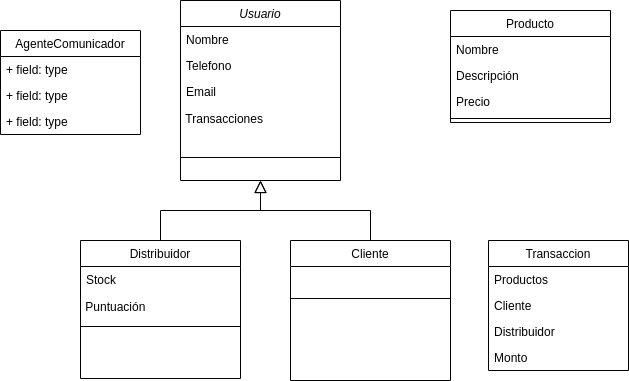
Earlier version of the draw.io export Images/ModeloInicial.png (magaliboulanger/Barcelo-Boulanger-D). Source tidied: cells renumbered, new cells last; positions are measured from the earlier drawing's top-left corner, leaving out a move shared by most shapes. Source of this version:
```xml
<mxGraphModel>
  <root>
    <mxCell id="0" />
    <mxCell id="1" parent="0" />
    <mxCell id="2" value="Usuario" style="swimlane;fontStyle=2;align=center;verticalAlign=top;horizontal=1;startSize=26;rounded=0;shadow=0;strokeWidth=1;" parent="1" vertex="1">
      <mxGeometry x="180" width="160" height="180" as="geometry" />
    </mxCell>
    <mxCell id="3" value="Nombre" style="text;align=left;verticalAlign=top;spacingLeft=4;spacingRight=4;overflow=hidden;" parent="2" vertex="1">
      <mxGeometry y="26" width="160" height="26" as="geometry" />
    </mxCell>
    <mxCell id="4" value="Telefono" style="text;align=left;verticalAlign=top;spacingLeft=4;spacingRight=4;overflow=hidden;rounded=0;shadow=0;html=0;" parent="2" vertex="1">
      <mxGeometry y="52" width="160" height="26" as="geometry" />
    </mxCell>
    <mxCell id="5" value="Email" style="text;align=left;verticalAlign=top;spacingLeft=4;spacingRight=4;overflow=hidden;rounded=0;shadow=0;html=0;" parent="2" vertex="1">
      <mxGeometry y="78" width="160" height="26" as="geometry" />
    </mxCell>
    <mxCell id="6" value="&amp;nbsp;Transacciones" style="text;html=1;strokeColor=none;fillColor=none;align=left;verticalAlign=middle;whiteSpace=wrap;rounded=0;" parent="2" vertex="1">
      <mxGeometry y="104" width="160" height="30" as="geometry" />
    </mxCell>
    <mxCell id="7" style="line;html=1;strokeWidth=1;align=left;verticalAlign=middle;spacingTop=-1;spacingLeft=3;spacingRight=3;labelPosition=right;" parent="2" vertex="1">
      <mxGeometry y="134" width="160" height="46" as="geometry" />
    </mxCell>
    <mxCell id="8" value="Distribuidor" style="swimlane;fontStyle=0;align=center;verticalAlign=top;horizontal=1;startSize=26;rounded=0;shadow=0;strokeWidth=1;" parent="1" vertex="1">
      <mxGeometry x="80" y="240" width="160" height="138" as="geometry" />
    </mxCell>
    <mxCell id="9" value="Stock" style="text;align=left;verticalAlign=top;spacingLeft=4;spacingRight=4;overflow=hidden;rounded=0;shadow=0;html=0;" parent="8" vertex="1">
      <mxGeometry y="26" width="160" height="26" as="geometry" />
    </mxCell>
    <mxCell id="10" value="&amp;nbsp;Puntuación" style="text;html=1;strokeColor=none;fillColor=none;align=left;verticalAlign=middle;whiteSpace=wrap;rounded=0;" parent="8" vertex="1">
      <mxGeometry y="52" width="160" height="30" as="geometry" />
    </mxCell>
    <mxCell id="11" style="line;html=1;strokeWidth=1;align=left;verticalAlign=middle;spacingTop=-1;spacingLeft=3;spacingRight=3;labelPosition=right;" parent="8" vertex="1">
      <mxGeometry y="82" width="160" height="8" as="geometry" />
    </mxCell>
    <mxCell id="12" style="endArrow=block;endSize=10;endFill=0;shadow=0;strokeWidth=1;rounded=0;edgeStyle=elbowEdgeStyle;elbow=vertical;" parent="1" edge="1" source="8" target="2">
      <mxGeometry relative="1" as="geometry" />
    </mxCell>
    <mxCell id="13" value="Cliente" style="swimlane;fontStyle=0;align=center;verticalAlign=top;horizontal=1;startSize=26;rounded=0;shadow=0;strokeWidth=1;" parent="1" vertex="1">
      <mxGeometry x="290" y="240" width="160" height="140" as="geometry" />
    </mxCell>
    <mxCell id="14" style="line;html=1;strokeWidth=1;align=left;verticalAlign=middle;spacingTop=-1;spacingLeft=3;spacingRight=3;labelPosition=right;" parent="13" vertex="1">
      <mxGeometry y="26" width="160" height="64" as="geometry" />
    </mxCell>
    <mxCell id="15" style="endArrow=block;endSize=10;endFill=0;shadow=0;strokeWidth=1;rounded=0;edgeStyle=elbowEdgeStyle;elbow=vertical;" parent="1" edge="1" source="13" target="2">
      <mxGeometry relative="1" as="geometry" />
    </mxCell>
    <mxCell id="16" value="Producto" style="swimlane;fontStyle=0;align=center;verticalAlign=top;horizontal=1;startSize=26;rounded=0;shadow=0;strokeWidth=1;" parent="1" vertex="1">
      <mxGeometry x="450" y="10" width="160" height="112" as="geometry" />
    </mxCell>
    <mxCell id="17" value="Nombre" style="text;align=left;verticalAlign=top;spacingLeft=4;spacingRight=4;overflow=hidden;" parent="16" vertex="1">
      <mxGeometry y="26" width="160" height="26" as="geometry" />
    </mxCell>
    <mxCell id="18" value="Descripción" style="text;align=left;verticalAlign=top;spacingLeft=4;spacingRight=4;overflow=hidden;" parent="16" vertex="1">
      <mxGeometry y="52" width="160" height="26" as="geometry" />
    </mxCell>
    <mxCell id="19" value="Precio" style="text;align=left;verticalAlign=top;spacingLeft=4;spacingRight=4;overflow=hidden;" parent="16" vertex="1">
      <mxGeometry y="78" width="160" height="26" as="geometry" />
    </mxCell>
    <mxCell id="20" style="line;html=1;strokeWidth=1;align=left;verticalAlign=middle;spacingTop=-1;spacingLeft=3;spacingRight=3;labelPosition=right;" parent="16" vertex="1">
      <mxGeometry y="104" width="160" height="8" as="geometry" />
    </mxCell>
    <mxCell id="21" value="Transaccion" style="swimlane;fontStyle=0;horizontal=1;startSize=26;fillColor=none;" parent="1" vertex="1">
      <mxGeometry x="488" y="240" width="140" height="130" as="geometry" />
    </mxCell>
    <mxCell id="22" value="Productos" style="text;strokeColor=none;fillColor=none;align=left;verticalAlign=top;spacingLeft=4;spacingRight=4;overflow=hidden;" parent="21" vertex="1">
      <mxGeometry y="26" width="140" height="26" as="geometry" />
    </mxCell>
    <mxCell id="23" value="Cliente" style="text;strokeColor=none;fillColor=none;align=left;verticalAlign=top;spacingLeft=4;spacingRight=4;overflow=hidden;" parent="21" vertex="1">
      <mxGeometry y="52" width="140" height="26" as="geometry" />
    </mxCell>
    <mxCell id="24" value="Distribuidor" style="text;strokeColor=none;fillColor=none;align=left;verticalAlign=top;spacingLeft=4;spacingRight=4;overflow=hidden;" parent="21" vertex="1">
      <mxGeometry y="78" width="140" height="26" as="geometry" />
    </mxCell>
    <mxCell id="25" value="Monto&#10;" style="text;strokeColor=none;fillColor=none;align=left;verticalAlign=top;spacingLeft=4;spacingRight=4;overflow=hidden;" parent="21" vertex="1">
      <mxGeometry y="104" width="140" height="26" as="geometry" />
    </mxCell>
    <mxCell id="26" value="AgenteComunicador" style="swimlane;fontStyle=0;horizontal=1;startSize=26;fillColor=none;" parent="1" vertex="1">
      <mxGeometry y="30" width="140" height="104" as="geometry" />
    </mxCell>
    <mxCell id="27" value="+ field: type" style="text;strokeColor=none;fillColor=none;align=left;verticalAlign=top;spacingLeft=4;spacingRight=4;overflow=hidden;" parent="26" vertex="1">
      <mxGeometry y="26" width="140" height="26" as="geometry" />
    </mxCell>
    <mxCell id="28" value="+ field: type" style="text;strokeColor=none;fillColor=none;align=left;verticalAlign=top;spacingLeft=4;spacingRight=4;overflow=hidden;" parent="26" vertex="1">
      <mxGeometry y="52" width="140" height="26" as="geometry" />
    </mxCell>
    <mxCell id="29" value="+ field: type" style="text;strokeColor=none;fillColor=none;align=left;verticalAlign=top;spacingLeft=4;spacingRight=4;overflow=hidden;" parent="26" vertex="1">
      <mxGeometry y="78" width="140" height="26" as="geometry" />
    </mxCell>
  </root>
</mxGraphModel>
```
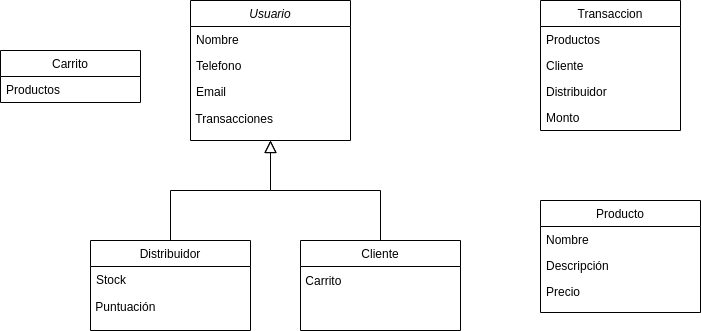
After the commit.

The edit, as a diff of the source:
```diff
@@ -3,7 +3,7 @@
     <mxCell id="0" />
     <mxCell id="1" parent="0" />
     <mxCell id="2" value="Usuario" style="swimlane;fontStyle=2;align=center;verticalAlign=top;horizontal=1;startSize=26;rounded=0;shadow=0;strokeWidth=1;" parent="1" vertex="1">
-      <mxGeometry x="180" width="160" height="180" as="geometry" />
+      <mxGeometry x="180" width="160" height="140" as="geometry" />
     </mxCell>
     <mxCell id="3" value="Nombre" style="text;align=left;verticalAlign=top;spacingLeft=4;spacingRight=4;overflow=hidden;" parent="2" vertex="1">
       <mxGeometry y="26" width="160" height="26" as="geometry" />
@@ -17,11 +17,8 @@
     <mxCell id="6" value="&amp;nbsp;Transacciones" style="text;html=1;strokeColor=none;fillColor=none;align=left;verticalAlign=middle;whiteSpace=wrap;rounded=0;" parent="2" vertex="1">
       <mxGeometry y="104" width="160" height="30" as="geometry" />
     </mxCell>
-    <mxCell id="7" style="line;html=1;strokeWidth=1;align=left;verticalAlign=middle;spacingTop=-1;spacingLeft=3;spacingRight=3;labelPosition=right;" parent="2" vertex="1">
-      <mxGeometry y="134" width="160" height="46" as="geometry" />
-    </mxCell>
     <mxCell id="8" value="Distribuidor" style="swimlane;fontStyle=0;align=center;verticalAlign=top;horizontal=1;startSize=26;rounded=0;shadow=0;strokeWidth=1;" parent="1" vertex="1">
-      <mxGeometry x="80" y="240" width="160" height="138" as="geometry" />
+      <mxGeometry x="80" y="240" width="160" height="90" as="geometry" />
     </mxCell>
     <mxCell id="9" value="Stock" style="text;align=left;verticalAlign=top;spacingLeft=4;spacingRight=4;overflow=hidden;rounded=0;shadow=0;html=0;" parent="8" vertex="1">
       <mxGeometry y="26" width="160" height="26" as="geometry" />
@@ -29,23 +26,20 @@
     <mxCell id="10" value="&amp;nbsp;Puntuación" style="text;html=1;strokeColor=none;fillColor=none;align=left;verticalAlign=middle;whiteSpace=wrap;rounded=0;" parent="8" vertex="1">
       <mxGeometry y="52" width="160" height="30" as="geometry" />
     </mxCell>
-    <mxCell id="11" style="line;html=1;strokeWidth=1;align=left;verticalAlign=middle;spacingTop=-1;spacingLeft=3;spacingRight=3;labelPosition=right;" parent="8" vertex="1">
-      <mxGeometry y="82" width="160" height="8" as="geometry" />
-    </mxCell>
     <mxCell id="12" style="endArrow=block;endSize=10;endFill=0;shadow=0;strokeWidth=1;rounded=0;edgeStyle=elbowEdgeStyle;elbow=vertical;" parent="1" edge="1" source="8" target="2">
       <mxGeometry relative="1" as="geometry" />
     </mxCell>
     <mxCell id="13" value="Cliente" style="swimlane;fontStyle=0;align=center;verticalAlign=top;horizontal=1;startSize=26;rounded=0;shadow=0;strokeWidth=1;" parent="1" vertex="1">
-      <mxGeometry x="290" y="240" width="160" height="140" as="geometry" />
+      <mxGeometry x="290" y="240" width="160" height="90" as="geometry" />
     </mxCell>
-    <mxCell id="14" style="line;html=1;strokeWidth=1;align=left;verticalAlign=middle;spacingTop=-1;spacingLeft=3;spacingRight=3;labelPosition=right;" parent="13" vertex="1">
-      <mxGeometry y="26" width="160" height="64" as="geometry" />
-    </mxCell>
+    <mxCell id="30" value="&amp;nbsp;Carrito" style="text;html=1;strokeColor=none;fillColor=none;align=left;verticalAlign=middle;whiteSpace=wrap;rounded=0;" parent="13" vertex="1">
+      <mxGeometry y="26" width="160" height="30" as="geometry" />
+    </mxCell>
     <mxCell id="15" style="endArrow=block;endSize=10;endFill=0;shadow=0;strokeWidth=1;rounded=0;edgeStyle=elbowEdgeStyle;elbow=vertical;" parent="1" edge="1" source="13" target="2">
       <mxGeometry relative="1" as="geometry" />
     </mxCell>
     <mxCell id="16" value="Producto" style="swimlane;fontStyle=0;align=center;verticalAlign=top;horizontal=1;startSize=26;rounded=0;shadow=0;strokeWidth=1;" parent="1" vertex="1">
-      <mxGeometry x="450" y="10" width="160" height="112" as="geometry" />
+      <mxGeometry x="530" y="200" width="160" height="112" as="geometry" />
     </mxCell>
     <mxCell id="17" value="Nombre" style="text;align=left;verticalAlign=top;spacingLeft=4;spacingRight=4;overflow=hidden;" parent="16" vertex="1">
       <mxGeometry y="26" width="160" height="26" as="geometry" />
@@ -56,11 +50,8 @@
     <mxCell id="19" value="Precio" style="text;align=left;verticalAlign=top;spacingLeft=4;spacingRight=4;overflow=hidden;" parent="16" vertex="1">
       <mxGeometry y="78" width="160" height="26" as="geometry" />
     </mxCell>
-    <mxCell id="20" style="line;html=1;strokeWidth=1;align=left;verticalAlign=middle;spacingTop=-1;spacingLeft=3;spacingRight=3;labelPosition=right;" parent="16" vertex="1">
-      <mxGeometry y="104" width="160" height="8" as="geometry" />
-    </mxCell>
     <mxCell id="21" value="Transaccion" style="swimlane;fontStyle=0;horizontal=1;startSize=26;fillColor=none;" parent="1" vertex="1">
-      <mxGeometry x="488" y="240" width="140" height="130" as="geometry" />
+      <mxGeometry x="530" width="140" height="130" as="geometry" />
     </mxCell>
     <mxCell id="22" value="Productos" style="text;strokeColor=none;fillColor=none;align=left;verticalAlign=top;spacingLeft=4;spacingRight=4;overflow=hidden;" parent="21" vertex="1">
       <mxGeometry y="26" width="140" height="26" as="geometry" />
@@ -74,17 +65,11 @@
     <mxCell id="25" value="Monto&#10;" style="text;strokeColor=none;fillColor=none;align=left;verticalAlign=top;spacingLeft=4;spacingRight=4;overflow=hidden;" parent="21" vertex="1">
       <mxGeometry y="104" width="140" height="26" as="geometry" />
     </mxCell>
-    <mxCell id="26" value="AgenteComunicador" style="swimlane;fontStyle=0;horizontal=1;startSize=26;fillColor=none;" parent="1" vertex="1">
-      <mxGeometry y="30" width="140" height="104" as="geometry" />
-    </mxCell>
-    <mxCell id="27" value="+ field: type" style="text;strokeColor=none;fillColor=none;align=left;verticalAlign=top;spacingLeft=4;spacingRight=4;overflow=hidden;" parent="26" vertex="1">
-      <mxGeometry y="26" width="140" height="26" as="geometry" />
-    </mxCell>
-    <mxCell id="28" value="+ field: type" style="text;strokeColor=none;fillColor=none;align=left;verticalAlign=top;spacingLeft=4;spacingRight=4;overflow=hidden;" parent="26" vertex="1">
-      <mxGeometry y="52" width="140" height="26" as="geometry" />
-    </mxCell>
-    <mxCell id="29" value="+ field: type" style="text;strokeColor=none;fillColor=none;align=left;verticalAlign=top;spacingLeft=4;spacingRight=4;overflow=hidden;" parent="26" vertex="1">
-      <mxGeometry y="78" width="140" height="26" as="geometry" />
-    </mxCell>
+    <mxCell id="31" value="Carrito" style="swimlane;fontStyle=0;horizontal=1;startSize=26;fillColor=none;" parent="1" vertex="1">
+      <mxGeometry x="-10" y="50" width="140" height="52" as="geometry" />
+    </mxCell>
+    <mxCell id="32" value="Productos" style="text;strokeColor=none;fillColor=none;align=left;verticalAlign=top;spacingLeft=4;spacingRight=4;overflow=hidden;" parent="31" vertex="1">
+      <mxGeometry y="26" width="140" height="26" as="geometry" />
+    </mxCell>
   </root>
 </mxGraphModel>
```
